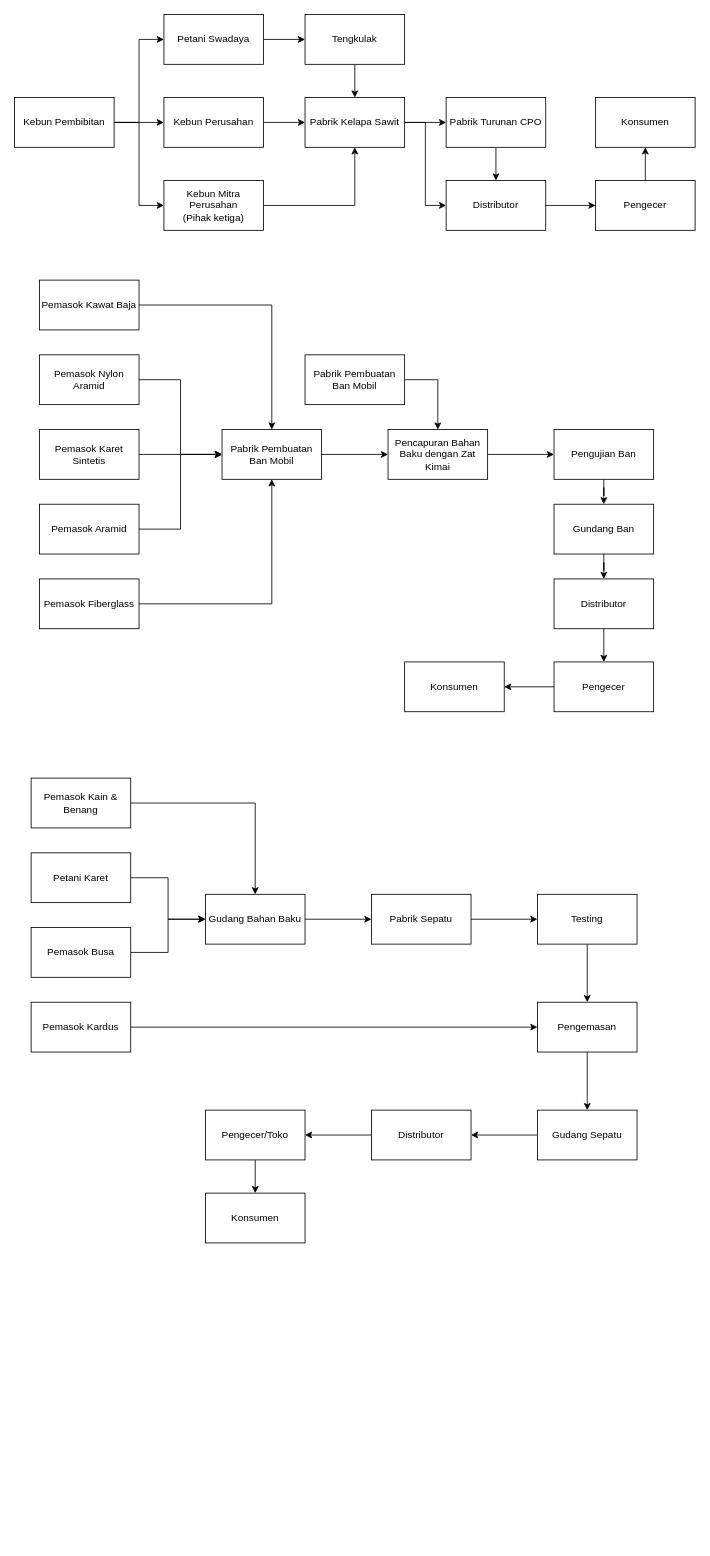
The draw.io diagram rantai-pasok.drawio in xoghub/diagrams, before the edit. Source tidied: cells renumbered, new cells numbered last; positions are measured from the earlier drawing's top-left corner, leaving out a move shared by most shapes. Both pictures are drawn from the tidied source at 83%, with x=0, y=0 at pixel (14, 14).
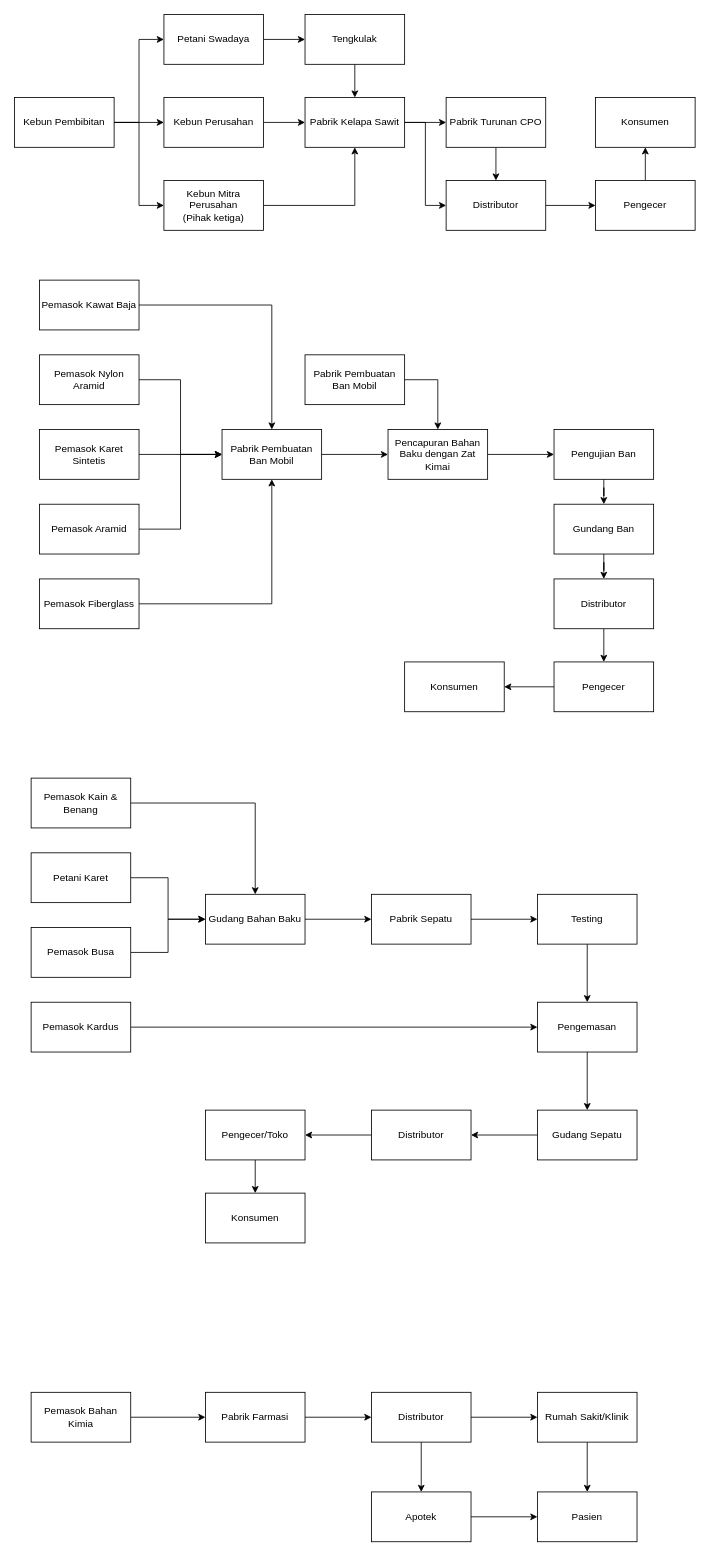
Above is the later version.

Commit message:
Add Supply Chain Obat

Change to the diagram source:
```diff
@@
+    <mxCell id="72" style="edgeStyle=orthogonalEdgeStyle;rounded=0;jettySize=auto;html=1;" parent="1" edge="1" source="73" target="83">
+      <mxGeometry relative="1" as="geometry" />
+    </mxCell>
+    <mxCell id="73" value="Rumah Sakit/Klinik" style="whiteSpace=wrap;html=1;rounded=0;" parent="1" vertex="1">
+      <mxGeometry x="630" y="1660" width="120" height="60" as="geometry" />
+    </mxCell>
+    <mxCell id="74" style="edgeStyle=orthogonalEdgeStyle;rounded=0;jettySize=auto;html=1;" parent="1" edge="1" source="75" target="80">
+      <mxGeometry relative="1" as="geometry" />
+    </mxCell>
+    <mxCell id="75" value="Pabrik Farmasi" style="whiteSpace=wrap;html=1;rounded=0;" parent="1" vertex="1">
+      <mxGeometry x="230" y="1660" width="120" height="60" as="geometry" />
+    </mxCell>
+    <mxCell id="76" style="edgeStyle=orthogonalEdgeStyle;rounded=0;jettySize=auto;html=1;" parent="1" edge="1" source="77" target="75">
+      <mxGeometry relative="1" as="geometry" />
+    </mxCell>
+    <mxCell id="77" value="Pemasok Bahan Kimia" style="whiteSpace=wrap;html=1;rounded=0;" parent="1" vertex="1">
+      <mxGeometry x="20" y="1660" width="120" height="60" as="geometry" />
+    </mxCell>
+    <mxCell id="78" style="edgeStyle=orthogonalEdgeStyle;rounded=0;jettySize=auto;html=1;" parent="1" edge="1" source="80" target="73">
+      <mxGeometry relative="1" as="geometry" />
+    </mxCell>
+    <mxCell id="79" style="edgeStyle=orthogonalEdgeStyle;rounded=0;jettySize=auto;html=1;" parent="1" edge="1" source="80" target="82">
+      <mxGeometry relative="1" as="geometry" />
+    </mxCell>
+    <mxCell id="80" value="Distributor" style="whiteSpace=wrap;html=1;rounded=0;" parent="1" vertex="1">
+      <mxGeometry x="430" y="1660" width="120" height="60" as="geometry" />
+    </mxCell>
+    <mxCell id="81" style="edgeStyle=orthogonalEdgeStyle;rounded=0;jettySize=auto;html=1;" parent="1" edge="1" source="82" target="83">
+      <mxGeometry relative="1" as="geometry" />
+    </mxCell>
+    <mxCell id="82" value="Apotek" style="whiteSpace=wrap;html=1;rounded=0;" parent="1" vertex="1">
+      <mxGeometry x="430" y="1780" width="120" height="60" as="geometry" />
+    </mxCell>
+    <mxCell id="83" value="Pasien" style="whiteSpace=wrap;html=1;rounded=0;" parent="1" vertex="1">
+      <mxGeometry x="630" y="1780" width="120" height="60" as="geometry" />
+    </mxCell>
```
